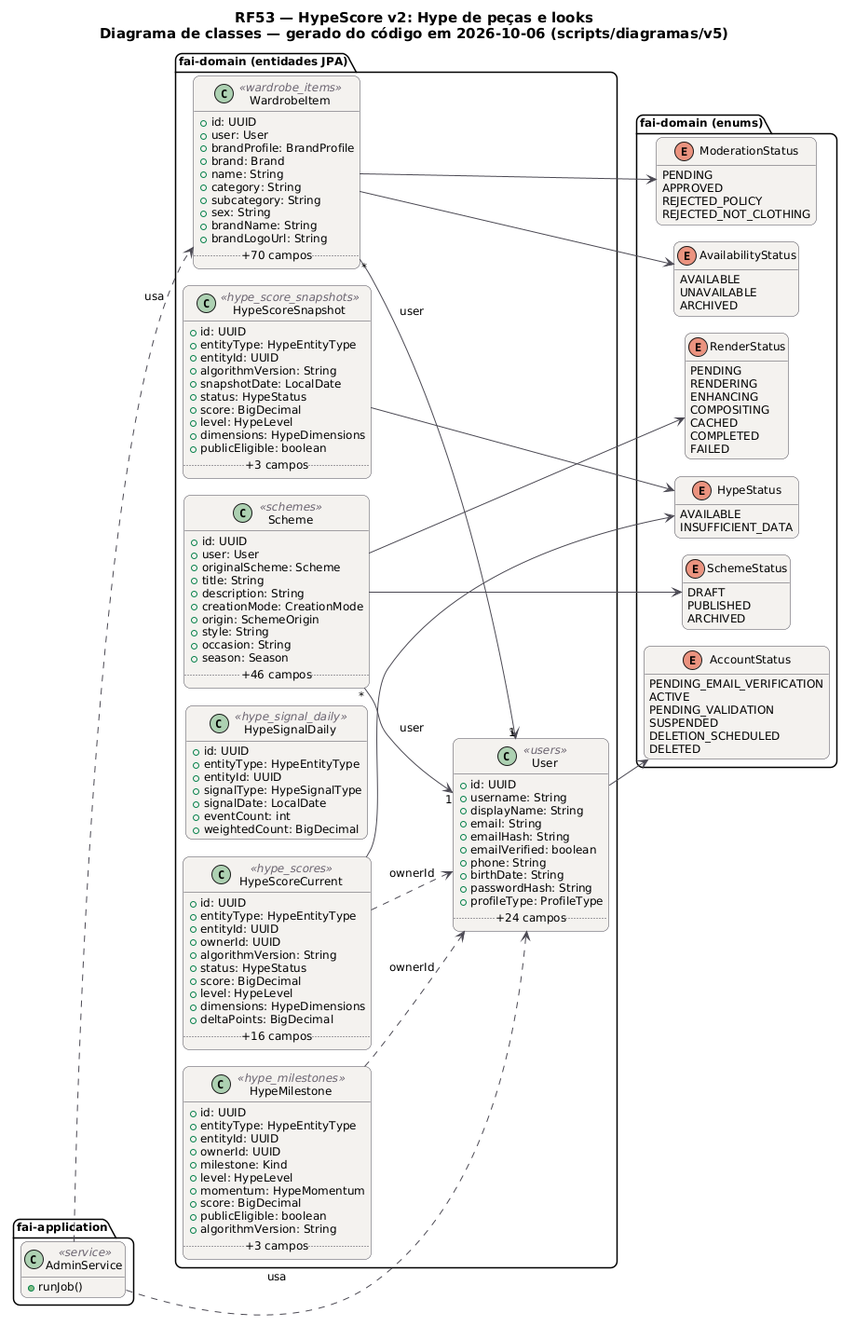
Earlier version of the PlantUML export docs/diagramas/RF53/RF53_Classes.png (MatheusHaliski/tcc-2026-fashion-ai-backend). The source it was exported from:
```plantuml
@startuml RF53_Classes
!pragma layout smetana
skinparam backgroundColor #FFFFFF
skinparam shadowing false
skinparam defaultFontName "DejaVu Sans"
skinparam defaultFontSize 12
skinparam titleFontSize 15
skinparam roundcorner 14
skinparam ArrowColor #52606D
skinparam note {
  BackgroundColor #FFFDEB
  BorderColor #D8CE78
  FontColor #554F24
}
skinparam class {
  BackgroundColor #F4F2EF
  BorderColor #4A4852
  ArrowColor #4A4852
  StereotypeFontColor #6B6470
}
hide empty members
left to right direction
title RF53 — HypeScore v2: Hype de peças e looks\nDiagrama de classes — gerado do código em 2026-10-06 (scripts/diagramas/v5)

package "fai-domain (entidades JPA)" {
  class HypeMilestone <<hype_milestones>> {
    +id: UUID
    +entityType: HypeEntityType
    +entityId: UUID
    +ownerId: UUID
    +milestone: Kind
    +level: HypeLevel
    +momentum: HypeMomentum
    +score: BigDecimal
    +publicEligible: boolean
    +algorithmVersion: String
    .. +3 campos ..
  }
  class HypeScoreCurrent <<hype_scores>> {
    +id: UUID
    +entityType: HypeEntityType
    +entityId: UUID
    +ownerId: UUID
    +algorithmVersion: String
    +status: HypeStatus
    +score: BigDecimal
    +level: HypeLevel
    +dimensions: HypeDimensions
    +deltaPoints: BigDecimal
    .. +16 campos ..
  }
  class HypeScoreSnapshot <<hype_score_snapshots>> {
    +id: UUID
    +entityType: HypeEntityType
    +entityId: UUID
    +algorithmVersion: String
    +snapshotDate: LocalDate
    +status: HypeStatus
    +score: BigDecimal
    +level: HypeLevel
    +dimensions: HypeDimensions
    +publicEligible: boolean
    .. +3 campos ..
  }
  class HypeSignalDaily <<hype_signal_daily>> {
    +id: UUID
    +entityType: HypeEntityType
    +entityId: UUID
    +signalType: HypeSignalType
    +signalDate: LocalDate
    +eventCount: int
    +weightedCount: BigDecimal
  }
  class Scheme <<schemes>> {
    +id: UUID
    +user: User
    +originalScheme: Scheme
    +title: String
    +description: String
    +creationMode: CreationMode
    +origin: SchemeOrigin
    +style: String
    +occasion: String
    +season: Season
    .. +46 campos ..
  }
  class User <<users>> {
    +id: UUID
    +username: String
    +displayName: String
    +email: String
    +emailHash: String
    +emailVerified: boolean
    +phone: String
    +birthDate: String
    +passwordHash: String
    +profileType: ProfileType
    .. +24 campos ..
  }
  class WardrobeItem <<wardrobe_items>> {
    +id: UUID
    +user: User
    +brandProfile: BrandProfile
    +brand: Brand
    +name: String
    +category: String
    +subcategory: String
    +sex: String
    +brandName: String
    +brandLogoUrl: String
    .. +70 campos ..
  }
}
package "fai-domain (enums)" {
  enum HypeStatus {
    AVAILABLE
    INSUFFICIENT_DATA
  }
  enum SchemeStatus {
    DRAFT
    PUBLISHED
    ARCHIVED
  }
  enum RenderStatus {
    PENDING
    RENDERING
    ENHANCING
    COMPOSITING
    CACHED
    COMPLETED
    FAILED
  }
  enum AccountStatus {
    PENDING_EMAIL_VERIFICATION
    ACTIVE
    PENDING_VALIDATION
    SUSPENDED
    DELETION_SCHEDULED
    DELETED
  }
  enum AvailabilityStatus {
    AVAILABLE
    UNAVAILABLE
    ARCHIVED
  }
  enum ModerationStatus {
    PENDING
    APPROVED
    REJECTED_POLICY
    REJECTED_NOT_CLOTHING
  }
}
package "fai-application" {
  class AdminService <<service>> {
    +runJob()
  }
}
AdminService ..> User : usa
AdminService ..> WardrobeItem : usa
HypeMilestone ..> User : ownerId
HypeScoreCurrent --> HypeStatus
HypeScoreCurrent ..> User : ownerId
HypeScoreSnapshot --> HypeStatus
Scheme "*" --> "1" User : user
Scheme --> RenderStatus
Scheme --> SchemeStatus
User --> AccountStatus
WardrobeItem "*" --> "1" User : user
WardrobeItem --> AvailabilityStatus
WardrobeItem --> ModerationStatus
@enduml
```
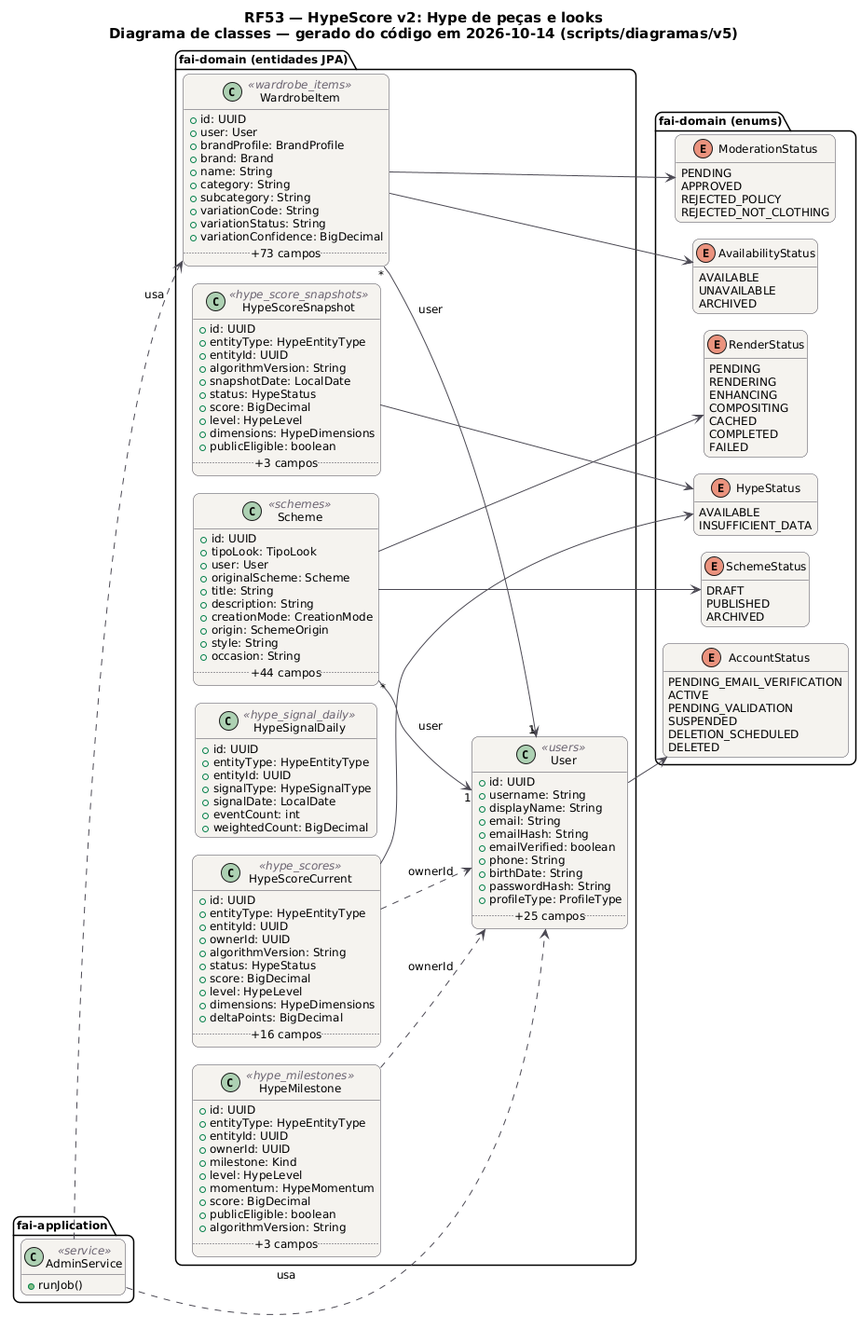
The same diagram one commit later.

What changed in the source:
```diff
@@ -20,7 +20,7 @@
 }
 hide empty members
 left to right direction
-title RF53 — HypeScore v2: Hype de peças e looks\nDiagrama de classes — gerado do código em 2026-10-06 (scripts/diagramas/v5)
+title RF53 — HypeScore v2: Hype de peças e looks\nDiagrama de classes — gerado do código em 2026-10-14 (scripts/diagramas/v5)
 
 package "fai-domain (entidades JPA)" {
   class HypeMilestone <<hype_milestones>> {
@@ -73,6 +73,7 @@
   }
   class Scheme <<schemes>> {
     +id: UUID
+    +tipoLook: TipoLook
     +user: User
     +originalScheme: Scheme
     +title: String
@@ -81,8 +82,7 @@
     +origin: SchemeOrigin
     +style: String
     +occasion: String
-    +season: Season
-    .. +46 campos ..
+    .. +44 campos ..
   }
   class User <<users>> {
     +id: UUID
@@ -95,7 +95,7 @@
     +birthDate: String
     +passwordHash: String
     +profileType: ProfileType
-    .. +24 campos ..
+    .. +25 campos ..
   }
   class WardrobeItem <<wardrobe_items>> {
     +id: UUID
@@ -105,10 +105,10 @@
     +name: String
     +category: String
     +subcategory: String
-    +sex: String
-    +brandName: String
-    +brandLogoUrl: String
-    .. +70 campos ..
+    +variationCode: String
+    +variationStatus: String
+    +variationConfidence: BigDecimal
+    .. +73 campos ..
   }
 }
 package "fai-domain (enums)" {
```
